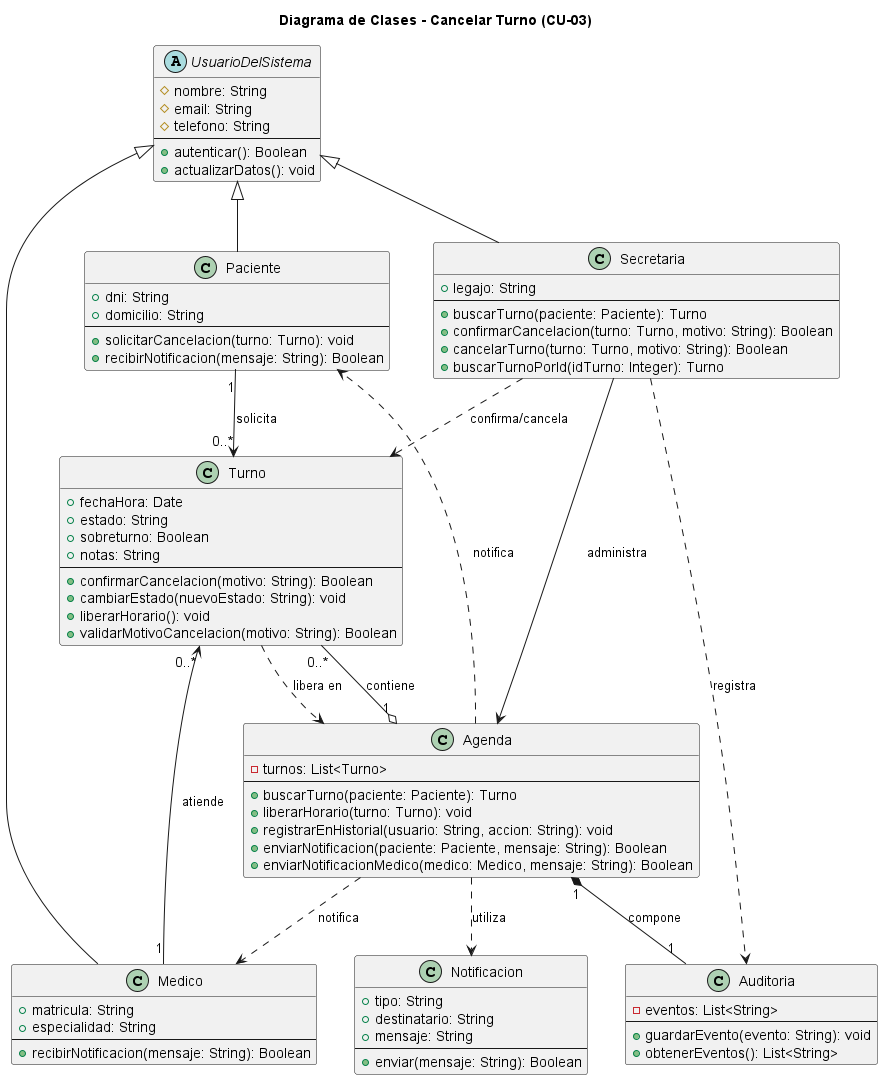
This is diagramas/01-diagrama-clases/03-clases-cancelar-turno-03.png from eternalnight04/SistemaTurnosMedicos, a PlantUML export, as it was before one commit.
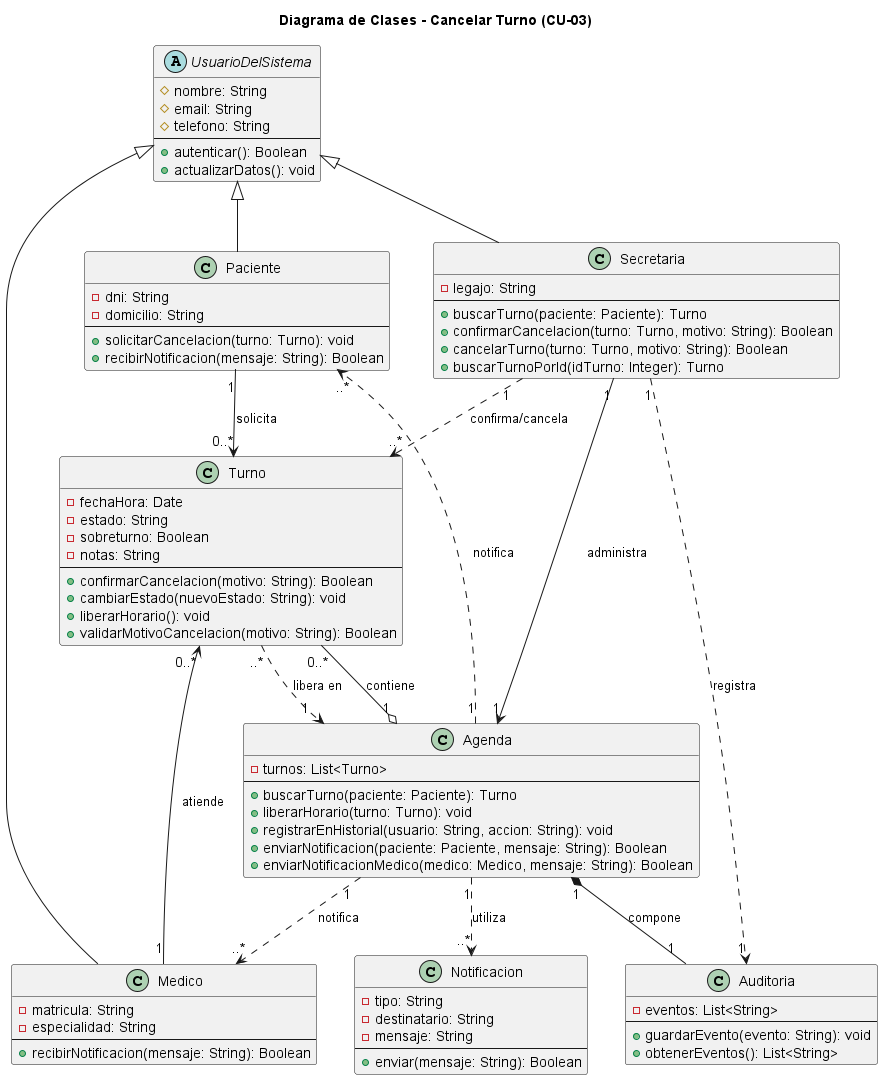
The same file after the commit.

The edit, as a diff of the source:
```diff
@@ -1,4 +1,4 @@
-@startuml
+@startuml 03-clases-cancelar-turno-03
 
 title Diagrama de Clases - Cancelar Turno (CU-03)
 
@@ -14,15 +14,15 @@
 
 
 class Paciente {
-  + dni: String
-  + domicilio: String
+  - dni: String
+  - domicilio: String
   --
   + solicitarCancelacion(turno: Turno): void
   + recibirNotificacion(mensaje: String): Boolean
 }
 
 class Secretaria {
-  + legajo: String
+  - legajo: String
   --
   + buscarTurno(paciente: Paciente): Turno
   + confirmarCancelacion(turno: Turno, motivo: String): Boolean
@@ -31,18 +31,18 @@
 }
 
 class Medico {
-  + matricula: String
-  + especialidad: String
+  - matricula: String
+  - especialidad: String
   --
   + recibirNotificacion(mensaje: String): Boolean
 }
 
 
 class Turno {
-  + fechaHora: Date
-  + estado: String
-  + sobreturno: Boolean
-  + notas: String
+  - fechaHora: Date
+  - estado: String
+  - sobreturno: Boolean
+  - notas: String
   --
   + confirmarCancelacion(motivo: String): Boolean
   + cambiarEstado(nuevoEstado: String): void
@@ -68,9 +68,9 @@
 }
 
 class Notificacion {
-  + tipo: String
-  + destinatario: String
-  + mensaje: String
+  - tipo: String
+  - destinatario: String
+  - mensaje: String
   --
   + enviar(mensaje: String): Boolean
 }
@@ -82,16 +82,16 @@
 
 Paciente "1" --> "0..*" Turno : solicita
 Medico "1" --> "0..*" Turno : atiende
-Secretaria --> Agenda : administra
-Secretaria ..> Turno : confirma/cancela
-Secretaria ..> Auditoria : registra
+Secretaria "1" --> "1" Agenda : administra
+Secretaria "1" ..> "..*" Turno : confirma/cancela
+Secretaria "1" ..> "1" Auditoria : registra
 
 Agenda "1" o-- "0..*" Turno : contiene
 Agenda "1" *-- "1" Auditoria : compone
-Agenda ..> Notificacion : utiliza
-Agenda ..> Paciente : notifica
-Agenda ..> Medico : notifica
+Agenda "1" ..> "..*" Notificacion : utiliza
+Agenda "1" ..> "..*" Paciente : notifica
+Agenda "1" ..> "..*" Medico : notifica
 
-Turno ..> Agenda : libera en
+Turno "..*" ..> "1" Agenda : libera en
 
 @enduml
```
